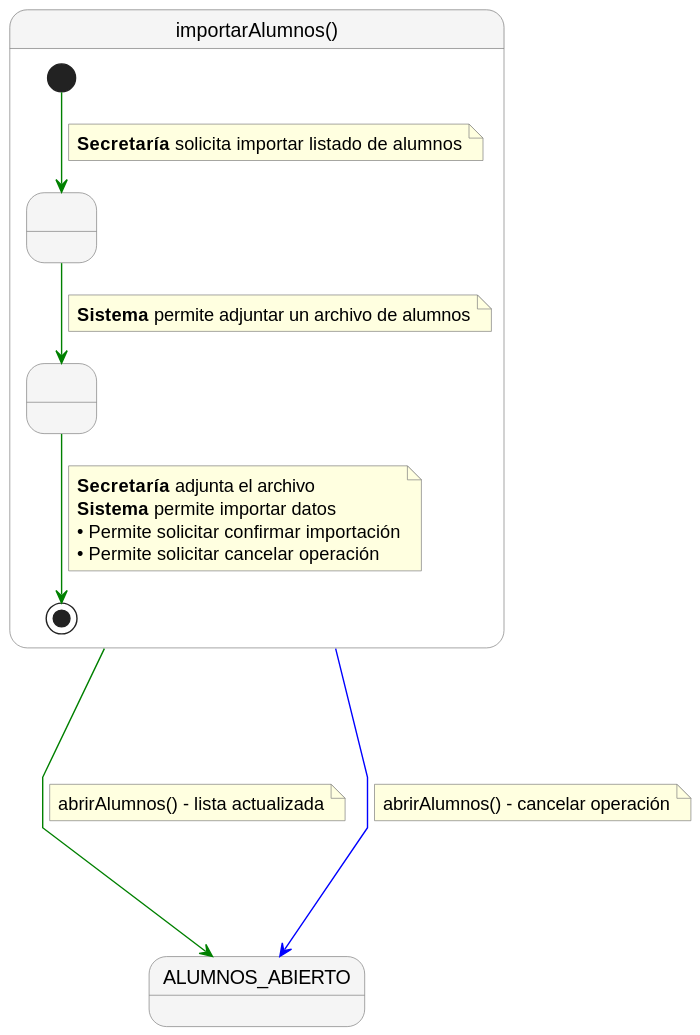
This is documents/requisitado/02-detalle/Secretaria/importarAlumnos.svg from jerdier/25-26-idsw2-sdVC, a PlantUML export, as it was before one commit. The source it was exported from:
```plantuml
@startuml
skinparam nodesep 60
skinparam ranksep 60
skinparam linetype polyline
skinparam NoteBackgroundColor lightyellow
skinparam NoteBorderColor gray
skinparam StateBackgroundColor #F5F5F5
skinparam StateBorderColor gray

state "importarAlumnos()" as importarAlumnos {

    state " " as Paso1
    state " " as Paso2

    [*] -[#green]-> Paso1
    note on link
      <b>Secretaría</b> solicita importar listado de alumnos
    end note

    Paso1 -[#green]-> Paso2
    note on link
      <b>Sistema</b> permite adjuntar un archivo de alumnos
    end note

    Paso2 -[#green]-> [*]
    note on link
      <b>Secretaría</b> adjunta el archivo
      <b>Sistema</b> permite importar datos
      • Permite solicitar confirmar importación
      • Permite solicitar cancelar operación
    end note
}

state "ALUMNOS_ABIERTO" as ALUMNOS_ABIERTO

importarAlumnos -[#green]---> ALUMNOS_ABIERTO
note right on link
  abrirAlumnos() - lista actualizada
end note

importarAlumnos -[#blue]---> ALUMNOS_ABIERTO
note right on link
  abrirAlumnos() - cancelar operación
end note
@enduml
```
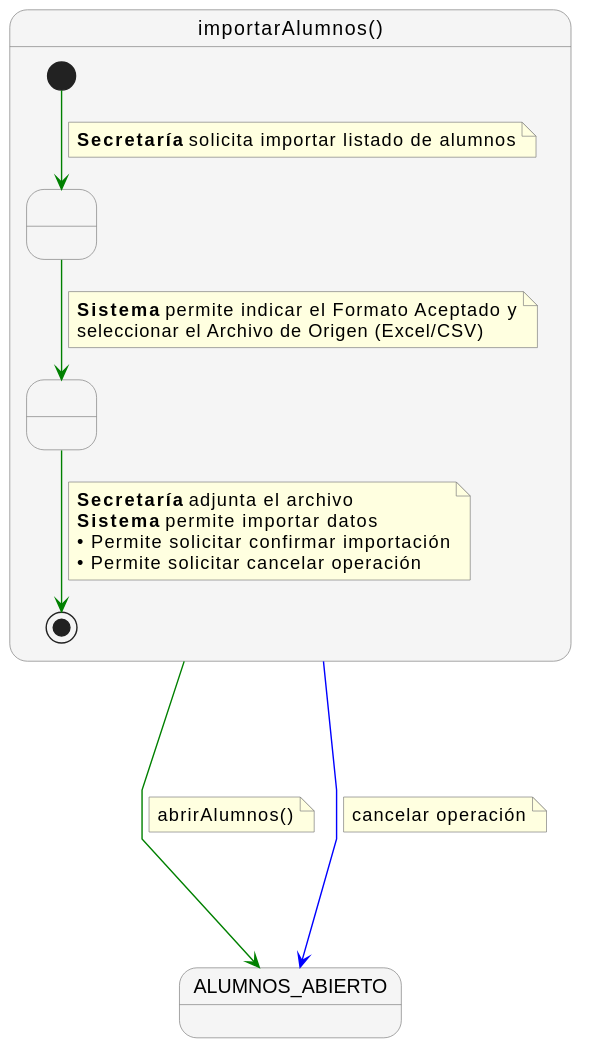
After the change.

Diff of the diagram source:
```diff
@@ -19,7 +19,8 @@
 
     Paso1 -[#green]-> Paso2
     note on link
-      <b>Sistema</b> permite adjuntar un archivo de alumnos
+      <b>Sistema</b> permite indicar el Formato Aceptado y
+      seleccionar el Archivo de Origen (Excel/CSV)
     end note
 
     Paso2 -[#green]-> [*]
@@ -35,11 +36,11 @@
 
 importarAlumnos -[#green]---> ALUMNOS_ABIERTO
 note right on link
-  abrirAlumnos() - lista actualizada
+  abrirAlumnos()
 end note
 
 importarAlumnos -[#blue]---> ALUMNOS_ABIERTO
 note right on link
-  abrirAlumnos() - cancelar operación
+  cancelar operación
 end note
 @enduml
```
